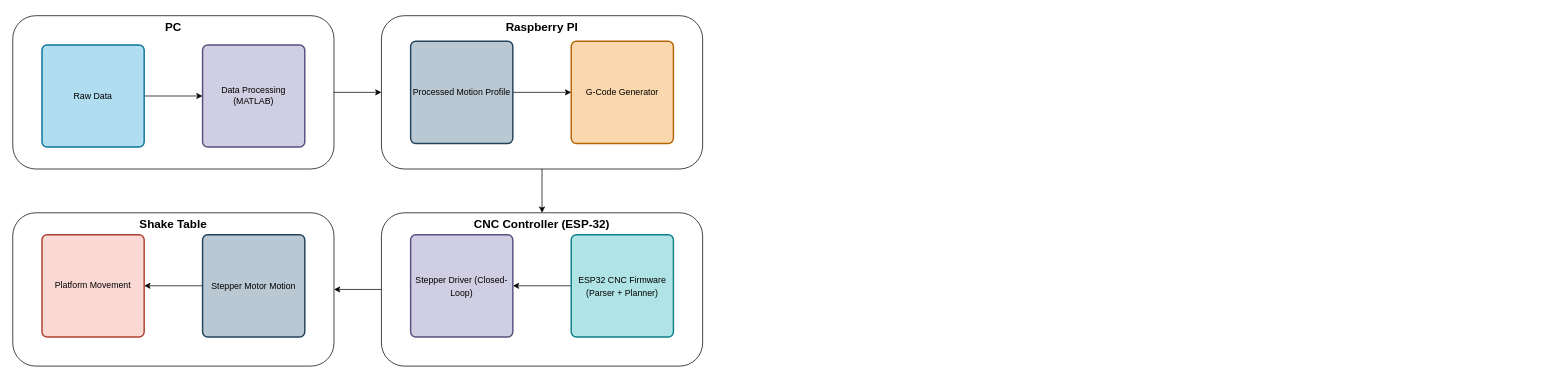
DattBhatt/Draw.io keeps this draw.io diagram as Diagrams/Logic.drawio. Above is the earlier version. Source tidied: cells renumbered, new cells numbered last; positions are measured from the earlier drawing's top-left corner, leaving out a move shared by most shapes. Both pictures are drawn from the tidied source at 73%, with x=0, y=0 at pixel (12, 15).
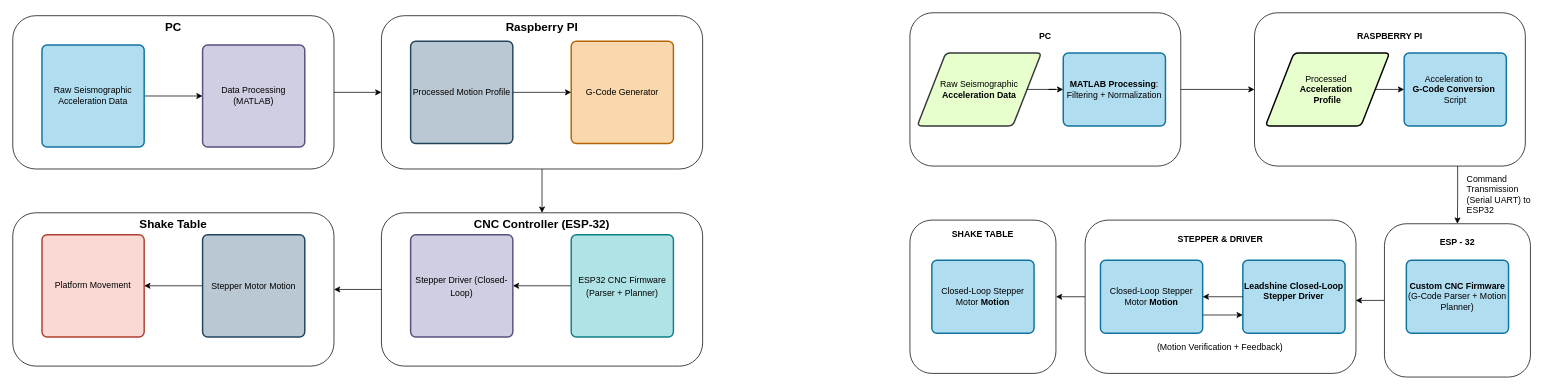
Above is the later version.

What changed in the source:
```diff
@@
+    <mxCell id="25" style="edgeStyle=orthogonalEdgeStyle;rounded=0;jettySize=auto;html=1;exitX=0;exitY=0.5;exitDx=0;exitDy=0;entryX=1;entryY=0.5;entryDx=0;entryDy=0;" parent="1" edge="1" source="47" target="44">
+      <mxGeometry relative="1" as="geometry" />
+    </mxCell>
@@
-    <mxCell id="10" value="Raw Data" style="rounded=1;whiteSpace=wrap;html=1;absoluteArcSize=1;arcSize=14;strokeWidth=2;fillColor=#b1ddf0;strokeColor=#10739e;" parent="1" vertex="1">
+    <mxCell id="10" value="Raw Seismographic Acceleration Data" style="rounded=1;whiteSpace=wrap;html=1;absoluteArcSize=1;arcSize=14;strokeWidth=2;fillColor=#b1ddf0;strokeColor=#10739e;" parent="1" vertex="1">
       <mxGeometry x="40" y="40" width="140" height="140" as="geometry" />
     </mxCell>
@@
+    <mxCell id="26" value="Command Transmission (Serial UART) to ESP32" style="text;whiteSpace=wrap;html=1;" parent="1" vertex="1">
+      <mxGeometry x="1990" y="210" width="110" height="90" as="geometry" />
+    </mxCell>
+    <mxCell id="27" style="edgeStyle=orthogonalEdgeStyle;rounded=0;jettySize=auto;html=1;exitX=0;exitY=0.5;exitDx=0;exitDy=0;entryX=0.999;entryY=0.524;entryDx=0;entryDy=0;entryPerimeter=0;" parent="1" edge="1" source="29" target="47">
+      <mxGeometry relative="1" as="geometry" />
+    </mxCell>
+    <mxCell id="28" style="group;" parent="1" vertex="1">
+      <mxGeometry x="1879" y="285" width="200" height="210" as="geometry" />
+    </mxCell>
+    <mxCell id="29" value="&lt;div&gt;&lt;b&gt;ESP - 32&lt;/b&gt;&lt;/div&gt;&lt;div&gt;&lt;b&gt;&lt;br&gt;&lt;/b&gt;&lt;/div&gt;&lt;div&gt;&lt;b&gt;&lt;br&gt;&lt;/b&gt;&lt;/div&gt;&lt;div&gt;&lt;b&gt;&lt;br&gt;&lt;/b&gt;&lt;/div&gt;&lt;div&gt;&lt;b&gt;&lt;br&gt;&lt;/b&gt;&lt;/div&gt;&lt;div&gt;&lt;b&gt;&lt;br&gt;&lt;/b&gt;&lt;/div&gt;&lt;div&gt;&lt;b&gt;&lt;br&gt;&lt;/b&gt;&lt;/div&gt;&lt;div&gt;&lt;b&gt;&lt;br&gt;&lt;/b&gt;&lt;/div&gt;&lt;div&gt;&lt;b&gt;&lt;br&gt;&lt;/b&gt;&lt;/div&gt;&lt;div&gt;&lt;b&gt;&lt;br&gt;&lt;/b&gt;&lt;/div&gt;&lt;div&gt;&lt;b&gt;&lt;br&gt;&lt;/b&gt;&lt;/div&gt;&lt;div&gt;&lt;br&gt;&lt;/div&gt;" style="rounded=1;whiteSpace=wrap;html=1;" parent="28" vertex="1">
+      <mxGeometry width="200" height="210" as="geometry" />
+    </mxCell>
+    <mxCell id="30" value="&lt;b&gt;Custom CNC Firmware&lt;/b&gt; (G-Code Parser + Motion Planner)" style="rounded=1;whiteSpace=wrap;html=1;absoluteArcSize=1;arcSize=14;strokeWidth=2;fillColor=#b1ddf0;strokeColor=#10739e;" parent="28" vertex="1">
+      <mxGeometry x="30" y="50" width="140" height="100" as="geometry" />
+    </mxCell>
+    <mxCell id="31" style="group;" parent="1" vertex="1">
+      <mxGeometry x="1701" y="-4" width="371" height="210" as="geometry" />
+    </mxCell>
+    <mxCell id="32" value="&lt;div&gt;&lt;b&gt;RASPBERRY PI&lt;/b&gt;&lt;/div&gt;&lt;div&gt;&lt;b&gt;&lt;br&gt;&lt;/b&gt;&lt;/div&gt;&lt;div&gt;&lt;b&gt;&lt;br&gt;&lt;/b&gt;&lt;/div&gt;&lt;div&gt;&lt;b&gt;&lt;br&gt;&lt;/b&gt;&lt;/div&gt;&lt;div&gt;&lt;b&gt;&lt;br&gt;&lt;/b&gt;&lt;/div&gt;&lt;div&gt;&lt;b&gt;&lt;br&gt;&lt;/b&gt;&lt;/div&gt;&lt;div&gt;&lt;b&gt;&lt;br&gt;&lt;/b&gt;&lt;/div&gt;&lt;div&gt;&lt;b&gt;&lt;br&gt;&lt;/b&gt;&lt;/div&gt;&lt;div&gt;&lt;b&gt;&lt;br&gt;&lt;/b&gt;&lt;/div&gt;&lt;div&gt;&lt;b&gt;&lt;br&gt;&lt;/b&gt;&lt;/div&gt;&lt;div&gt;&lt;br&gt;&lt;/div&gt;" style="rounded=1;whiteSpace=wrap;html=1;" parent="31" vertex="1">
+      <mxGeometry width="371" height="210" as="geometry" />
+    </mxCell>
+    <mxCell id="33" value="Processed&amp;nbsp;&lt;div&gt;&lt;b&gt;Acceleration&amp;nbsp;&lt;/b&gt;&lt;div&gt;&lt;b&gt;Profile&lt;/b&gt;&lt;/div&gt;&lt;/div&gt;" style="shape=parallelogram;html=1;strokeWidth=2;perimeter=parallelogramPerimeter;whiteSpace=wrap;rounded=1;arcSize=12;size=0.23;fillColor=#E6FFCC;" parent="31" vertex="1">
+      <mxGeometry x="15" y="55" width="170" height="100" as="geometry" />
+    </mxCell>
+    <mxCell id="34" value="Acceleration to&amp;nbsp;&lt;div&gt;&lt;b&gt;G-Code Conversion&lt;/b&gt;&amp;nbsp;&lt;/div&gt;&lt;div&gt;Script&lt;/div&gt;" style="rounded=1;whiteSpace=wrap;html=1;absoluteArcSize=1;arcSize=14;strokeWidth=2;fillColor=#b1ddf0;strokeColor=#10739e;" parent="31" vertex="1">
+      <mxGeometry x="205" y="55" width="140" height="100" as="geometry" />
+    </mxCell>
+    <mxCell id="35" style="edgeStyle=orthogonalEdgeStyle;rounded=0;jettySize=auto;html=1;exitX=1;exitY=0.5;exitDx=0;exitDy=0;entryX=0;entryY=0.5;entryDx=0;entryDy=0;" parent="31" edge="1" source="33" target="34">
+      <mxGeometry relative="1" as="geometry" />
+    </mxCell>
+    <mxCell id="36" style="edgeStyle=orthogonalEdgeStyle;rounded=0;jettySize=auto;html=1;exitX=0.75;exitY=1;exitDx=0;exitDy=0;" parent="1" edge="1" source="32" target="29">
+      <mxGeometry relative="1" as="geometry" />
+    </mxCell>
+    <mxCell id="37" style="group;" parent="1" vertex="1">
+      <mxGeometry x="1229" y="-4" width="371" height="210" as="geometry" />
+    </mxCell>
+    <mxCell id="38" value="&lt;div&gt;&lt;b&gt;PC&lt;/b&gt;&lt;/div&gt;&lt;div&gt;&lt;b&gt;&lt;br&gt;&lt;/b&gt;&lt;/div&gt;&lt;div&gt;&lt;b&gt;&lt;br&gt;&lt;/b&gt;&lt;/div&gt;&lt;div&gt;&lt;b&gt;&lt;br&gt;&lt;/b&gt;&lt;/div&gt;&lt;div&gt;&lt;b&gt;&lt;br&gt;&lt;/b&gt;&lt;/div&gt;&lt;div&gt;&lt;b&gt;&lt;br&gt;&lt;/b&gt;&lt;/div&gt;&lt;div&gt;&lt;b&gt;&lt;br&gt;&lt;/b&gt;&lt;/div&gt;&lt;div&gt;&lt;b&gt;&lt;br&gt;&lt;/b&gt;&lt;/div&gt;&lt;div&gt;&lt;b&gt;&lt;br&gt;&lt;/b&gt;&lt;/div&gt;&lt;div&gt;&lt;b&gt;&lt;br&gt;&lt;/b&gt;&lt;/div&gt;&lt;div&gt;&lt;br&gt;&lt;/div&gt;" style="rounded=1;whiteSpace=wrap;html=1;" parent="37" vertex="1">
+      <mxGeometry width="371" height="210" as="geometry" />
+    </mxCell>
+    <mxCell id="39" value="Raw Seismographic &lt;b&gt;Acceleration Data&lt;/b&gt;" style="shape=parallelogram;html=1;strokeWidth=2;perimeter=parallelogramPerimeter;whiteSpace=wrap;rounded=1;arcSize=12;size=0.23;fillColor=#E6FFCC;strokeColor=#36393d;" parent="37" vertex="1">
+      <mxGeometry x="10" y="55" width="170" height="100" as="geometry" />
+    </mxCell>
+    <mxCell id="40" value="&lt;b&gt;MATLAB Processing&lt;/b&gt;: Filtering + Normalization" style="rounded=1;whiteSpace=wrap;html=1;absoluteArcSize=1;arcSize=14;strokeWidth=2;fillColor=#b1ddf0;strokeColor=#10739e;" parent="37" vertex="1">
+      <mxGeometry x="210" y="55" width="140" height="100" as="geometry" />
+    </mxCell>
+    <mxCell id="41" style="edgeStyle=orthogonalEdgeStyle;rounded=0;jettySize=auto;html=1;exitX=1;exitY=0.5;exitDx=0;exitDy=0;" parent="37" edge="1" source="39" target="40">
+      <mxGeometry relative="1" as="geometry" />
+    </mxCell>
+    <mxCell id="42" style="edgeStyle=orthogonalEdgeStyle;rounded=0;jettySize=auto;html=1;exitX=1;exitY=0.5;exitDx=0;exitDy=0;entryX=0;entryY=0.5;entryDx=0;entryDy=0;" parent="1" edge="1" source="38" target="32">
+      <mxGeometry relative="1" as="geometry" />
+    </mxCell>
+    <mxCell id="43" style="group;" parent="1" vertex="1">
+      <mxGeometry x="1229" y="280" width="200" height="210" as="geometry" />
+    </mxCell>
+    <mxCell id="44" value="&lt;b&gt;SHAKE TABLE&lt;/b&gt;&lt;div&gt;&lt;b&gt;&lt;br&gt;&lt;/b&gt;&lt;/div&gt;&lt;div&gt;&lt;b&gt;&lt;br&gt;&lt;/b&gt;&lt;/div&gt;&lt;div&gt;&lt;b&gt;&lt;br&gt;&lt;/b&gt;&lt;/div&gt;&lt;div&gt;&lt;b&gt;&lt;br&gt;&lt;/b&gt;&lt;/div&gt;&lt;div&gt;&lt;b&gt;&lt;br&gt;&lt;/b&gt;&lt;/div&gt;&lt;div&gt;&lt;b&gt;&lt;br&gt;&lt;/b&gt;&lt;/div&gt;&lt;div&gt;&lt;b&gt;&lt;br&gt;&lt;/b&gt;&lt;/div&gt;&lt;div&gt;&lt;b&gt;&lt;br&gt;&lt;/b&gt;&lt;/div&gt;&lt;div&gt;&lt;b&gt;&lt;br&gt;&lt;/b&gt;&lt;/div&gt;&lt;div&gt;&lt;b&gt;&lt;br&gt;&lt;/b&gt;&lt;/div&gt;&lt;div&gt;&lt;b&gt;&lt;br&gt;&lt;/b&gt;&lt;/div&gt;&lt;div&gt;&lt;br&gt;&lt;/div&gt;" style="rounded=1;whiteSpace=wrap;html=1;" parent="43" vertex="1">
+      <mxGeometry width="200" height="210" as="geometry" />
+    </mxCell>
+    <mxCell id="45" value="Closed-Loop Stepper Motor &lt;b&gt;Motion&lt;/b&gt;" style="rounded=1;whiteSpace=wrap;html=1;absoluteArcSize=1;arcSize=14;strokeWidth=2;fillColor=#b1ddf0;strokeColor=#10739e;" parent="43" vertex="1">
+      <mxGeometry x="30" y="55" width="140" height="100" as="geometry" />
+    </mxCell>
+    <mxCell id="46" style="group;" parent="1" vertex="1">
+      <mxGeometry x="1469" y="280" width="371" height="210" as="geometry" />
+    </mxCell>
+    <mxCell id="47" value="&lt;div&gt;&lt;b&gt;STEPPER &amp;amp; DRIVER&lt;/b&gt;&lt;/div&gt;&lt;div&gt;&lt;b&gt;&lt;br&gt;&lt;/b&gt;&lt;/div&gt;&lt;div&gt;&lt;b&gt;&lt;br&gt;&lt;/b&gt;&lt;/div&gt;&lt;div&gt;&lt;b&gt;&lt;br&gt;&lt;/b&gt;&lt;/div&gt;&lt;div&gt;&lt;b&gt;&lt;br&gt;&lt;/b&gt;&lt;/div&gt;&lt;div&gt;&lt;b&gt;&lt;br&gt;&lt;/b&gt;&lt;/div&gt;&lt;div&gt;&lt;b&gt;&lt;br&gt;&lt;/b&gt;&lt;/div&gt;&lt;div&gt;&lt;b&gt;&lt;br&gt;&lt;/b&gt;&lt;/div&gt;&lt;div&gt;&lt;b&gt;&lt;br&gt;&lt;/b&gt;&lt;/div&gt;&lt;div&gt;&lt;b&gt;&lt;br&gt;&lt;/b&gt;&lt;/div&gt;&lt;div&gt;&lt;b&gt;&lt;br&gt;&lt;/b&gt;&lt;/div&gt;&lt;div&gt;&lt;br&gt;&lt;/div&gt;" style="rounded=1;whiteSpace=wrap;html=1;" parent="46" vertex="1">
+      <mxGeometry width="371" height="210" as="geometry" />
+    </mxCell>
+    <mxCell id="48" value="&lt;b&gt;Leadshine Closed-Loop Stepper Driver&lt;/b&gt;&lt;div&gt;&lt;br/&gt;&lt;/div&gt;" style="rounded=1;whiteSpace=wrap;html=1;absoluteArcSize=1;arcSize=14;strokeWidth=2;fillColor=#b1ddf0;strokeColor=#10739e;" parent="46" vertex="1">
+      <mxGeometry x="216" y="55" width="140" height="100" as="geometry" />
+    </mxCell>
+    <mxCell id="49" style="edgeStyle=orthogonalEdgeStyle;rounded=0;jettySize=auto;html=1;exitX=1;exitY=0.75;exitDx=0;exitDy=0;entryX=0;entryY=0.75;entryDx=0;entryDy=0;" parent="46" edge="1" source="50" target="48">
+      <mxGeometry relative="1" as="geometry" />
+    </mxCell>
+    <mxCell id="50" value="Closed-Loop Stepper Motor &lt;b&gt;Motion&lt;/b&gt;" style="rounded=1;whiteSpace=wrap;html=1;absoluteArcSize=1;arcSize=14;strokeWidth=2;fillColor=#b1ddf0;strokeColor=#10739e;" parent="46" vertex="1">
+      <mxGeometry x="21" y="55" width="140" height="100" as="geometry" />
+    </mxCell>
+    <mxCell id="51" style="edgeStyle=orthogonalEdgeStyle;rounded=0;jettySize=auto;html=1;exitX=0;exitY=0.5;exitDx=0;exitDy=0;entryX=1;entryY=0.5;entryDx=0;entryDy=0;" parent="46" edge="1" source="48" target="50">
+      <mxGeometry relative="1" as="geometry" />
+    </mxCell>
+    <mxCell id="52" value="&lt;span style=&quot;color: rgb(0, 0, 0); font-family: Helvetica; font-size: 12px; font-style: normal; font-variant-ligatures: normal; font-variant-caps: normal; font-weight: 400; letter-spacing: normal; orphans: 2; text-indent: 0px; text-transform: none; widows: 2; word-spacing: 0px; -webkit-text-stroke-width: 0px; white-space: normal; text-decoration-thickness: initial; text-decoration-style: initial; text-decoration-color: initial; float: none; display: inline !important;&quot;&gt;(Motion Verification + Feedback)&lt;/span&gt;" style="text;whiteSpace=wrap;html=1;align=center;labelBackgroundColor=none;" parent="46" vertex="1">
+      <mxGeometry x="80" y="160" width="210" height="40" as="geometry" />
+    </mxCell>
```
